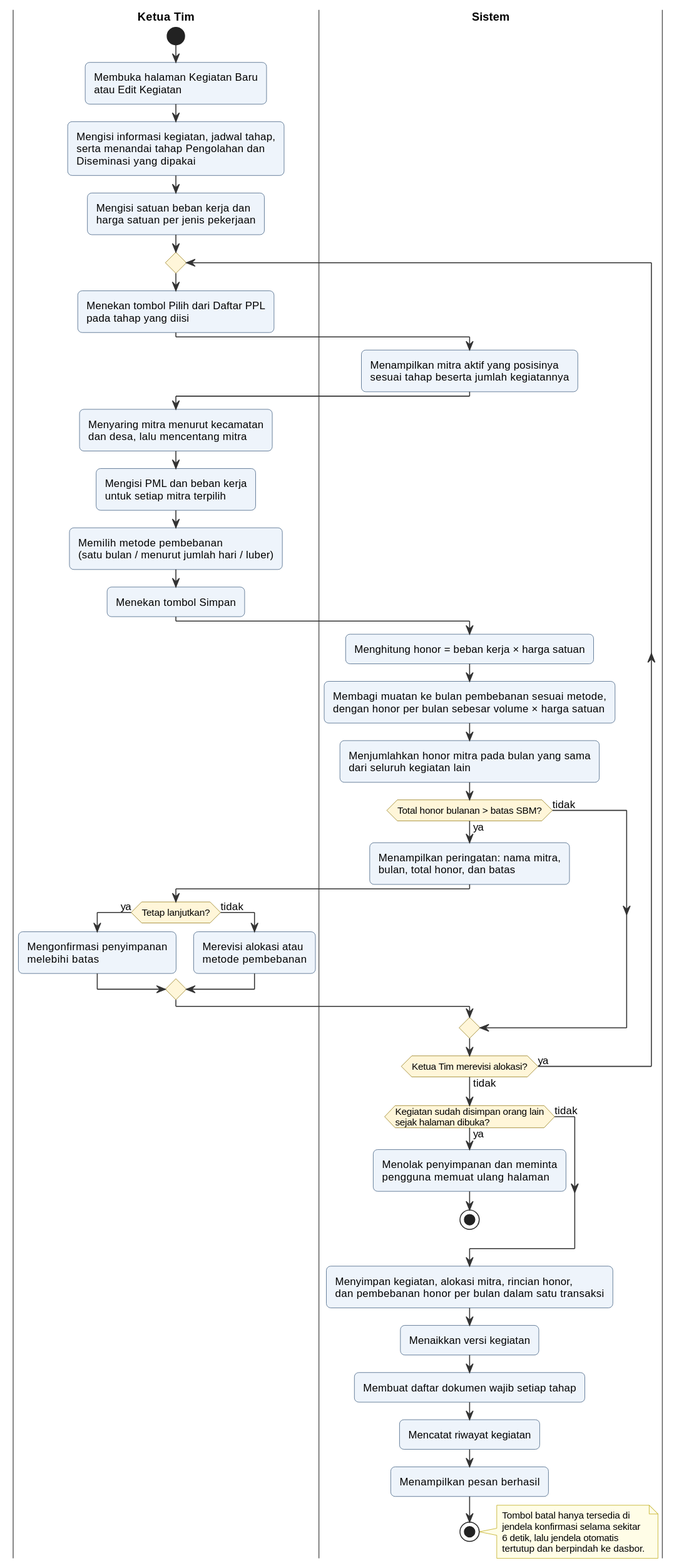
Earlier version of the PlantUML export docs/diagram/out/activity-alokasi-sbm.svg (kharis5870/Kharisma).
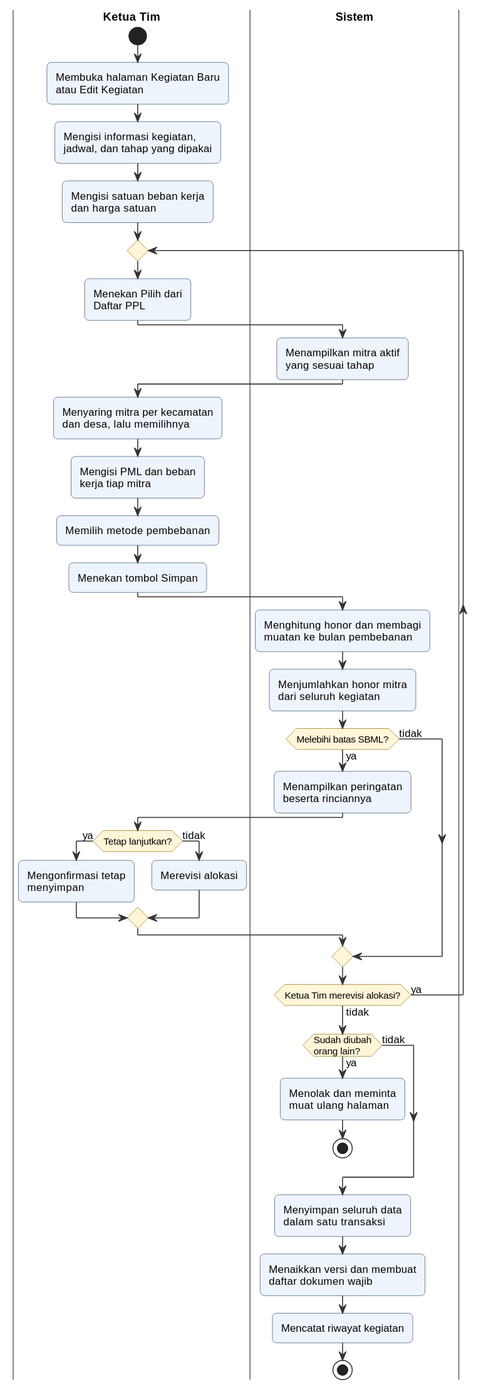
The same diagram one commit later.

The edit, as a diff of the source:
```diff
@@ -5,68 +5,56 @@
 start
 :Membuka halaman Kegiatan Baru
 atau Edit Kegiatan;
-:Mengisi informasi kegiatan, jadwal tahap,
-serta menandai tahap Pengolahan dan
-Diseminasi yang dipakai;
-:Mengisi satuan beban kerja dan
-harga satuan per jenis pekerjaan;
+:Mengisi informasi kegiatan,
+jadwal, dan tahap yang dipakai;
+:Mengisi satuan beban kerja
+dan harga satuan;
 
 repeat
   |Ketua Tim|
-  :Menekan tombol Pilih dari Daftar PPL
-  pada tahap yang diisi;
+  :Menekan Pilih dari
+  Daftar PPL;
   |Sistem|
-  :Menampilkan mitra aktif yang posisinya
-  sesuai tahap beserta jumlah kegiatannya;
+  :Menampilkan mitra aktif
+  yang sesuai tahap;
   |Ketua Tim|
-  :Menyaring mitra menurut kecamatan
-  dan desa, lalu mencentang mitra;
-  :Mengisi PML dan beban kerja
-  untuk setiap mitra terpilih;
-  :Memilih metode pembebanan
-  (satu bulan / menurut jumlah hari / luber);
+  :Menyaring mitra per kecamatan
+  dan desa, lalu memilihnya;
+  :Mengisi PML dan beban
+  kerja tiap mitra;
+  :Memilih metode pembebanan;
   :Menekan tombol Simpan;
   |Sistem|
-  :Menghitung honor = beban kerja × harga satuan;
-  :Membagi muatan ke bulan pembebanan sesuai metode,
-  dengan honor per bulan sebesar volume × harga satuan;
-  :Menjumlahkan honor mitra pada bulan yang sama
-  dari seluruh kegiatan lain;
-  if (Total honor bulanan > batas SBM?) then (ya)
-    :Menampilkan peringatan: nama mitra,
-    bulan, total honor, dan batas;
+  :Menghitung honor dan membagi
+  muatan ke bulan pembebanan;
+  :Menjumlahkan honor mitra
+  dari seluruh kegiatan;
+  if (Melebihi batas SBML?) then (ya)
+    :Menampilkan peringatan
+    beserta rinciannya;
     |Ketua Tim|
     if (Tetap lanjutkan?) then (ya)
-      :Mengonfirmasi penyimpanan
-      melebihi batas;
+      :Mengonfirmasi tetap
+      menyimpan;
     else (tidak)
-      :Merevisi alokasi atau
-      metode pembebanan;
+      :Merevisi alokasi;
     endif
   else (tidak)
   endif
   |Sistem|
 repeat while (Ketua Tim merevisi alokasi?) is (ya) not (tidak)
 
-if (Kegiatan sudah disimpan orang lain\nsejak halaman dibuka?) then (ya)
-  :Menolak penyimpanan dan meminta
-  pengguna memuat ulang halaman;
+if (Sudah diubah\norang lain?) then (ya)
+  :Menolak dan meminta
+  muat ulang halaman;
   stop
 else (tidak)
 endif
 
-:Menyimpan kegiatan, alokasi mitra, rincian honor,
-dan pembebanan honor per bulan dalam satu transaksi;
-:Menaikkan versi kegiatan;
-:Membuat daftar dokumen wajib setiap tahap;
+:Menyimpan seluruh data
+dalam satu transaksi;
+:Menaikkan versi dan membuat
+daftar dokumen wajib;
 :Mencatat riwayat kegiatan;
-:Menampilkan pesan berhasil;
 stop
-
-note right
-  Tombol batal hanya tersedia di
-  jendela konfirmasi selama sekitar
-  6 detik, lalu jendela otomatis
-  tertutup dan berpindah ke dasbor.
-end note
 @enduml
```
